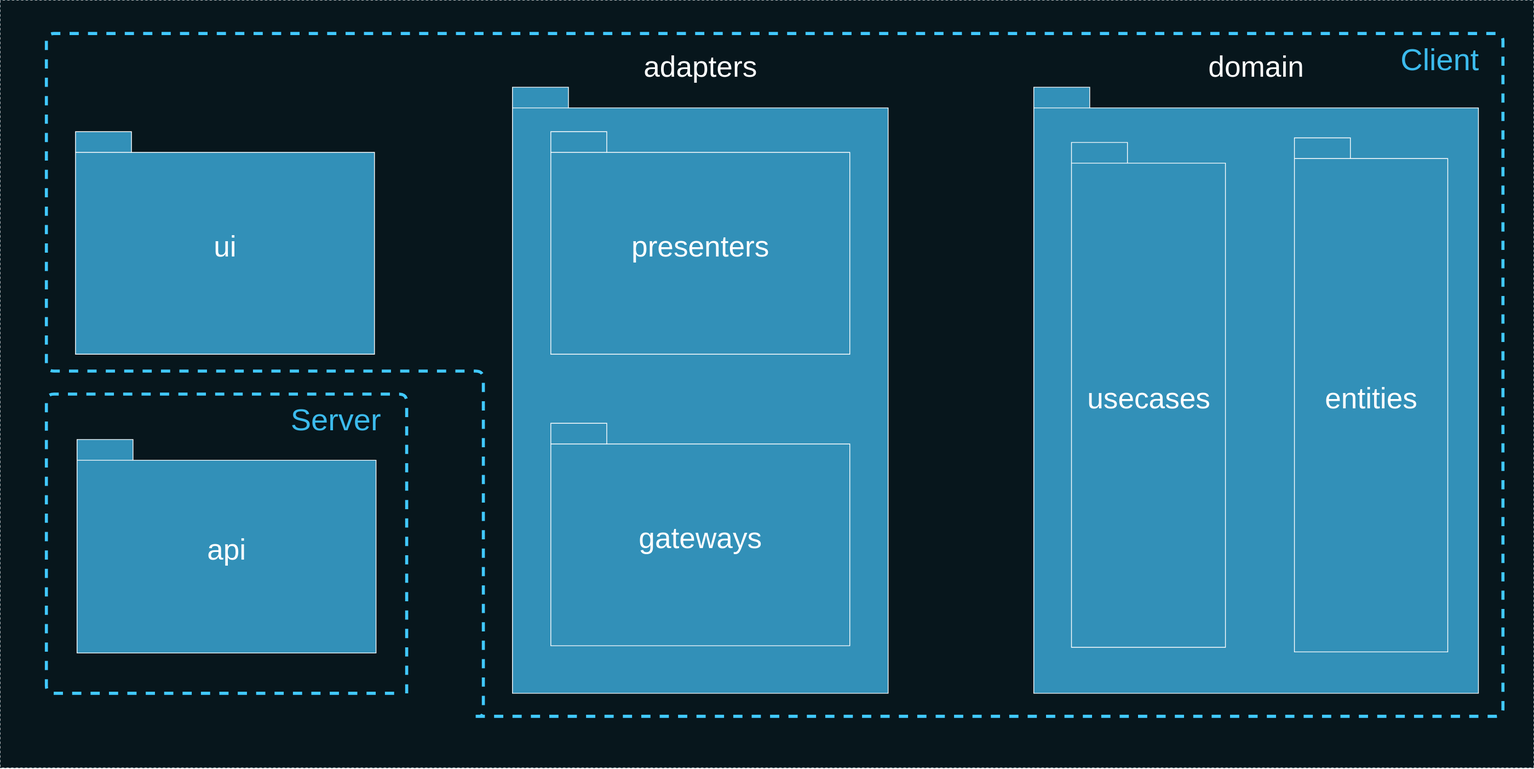
Above: deck/ru/diagrams/packages.svg in AlexanderLapygin/ca-react-rest-api-starter (draw.io), before the change. Source tidied: cells renumbered, new cells last; positions are measured from the earlier drawing's top-left corner, leaving out a move shared by most shapes.
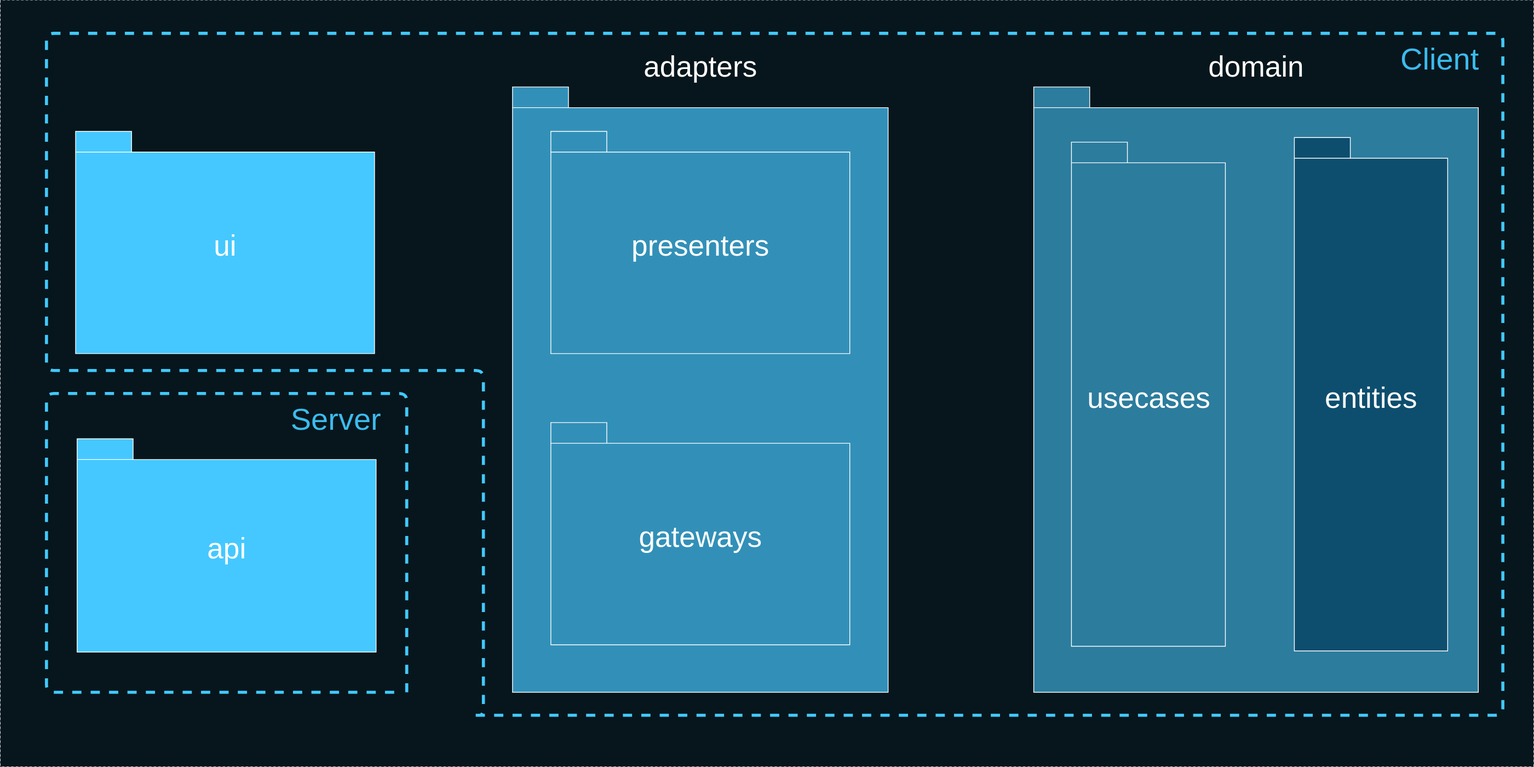
After the commit.

What changed in the source:
```diff
@@ -5,7 +5,7 @@
     <mxCell id="2" style="rounded=0;whiteSpace=wrap;html=1;fillColor=#07161C;fontSize=30;fontColor=#FFFFFF;strokeColor=#0C242E;dashed=1;" parent="1" vertex="1">
       <mxGeometry y="-0.1" width="2000" height="1000" as="geometry" />
     </mxCell>
-    <mxCell id="3" value="&lt;font color=&quot;#ffffff&quot; style=&quot;font-size: 38px&quot;&gt;ui&lt;/font&gt;" style="shape=folder;fontStyle=0;spacingTop=10;tabWidth=73;tabHeight=27;tabPosition=left;html=1;strokeColor=#FFFFFF;fillColor=#3290B8;" parent="1" vertex="1">
+    <mxCell id="3" value="&lt;font color=&quot;#ffffff&quot; style=&quot;font-size: 38px&quot;&gt;ui&lt;/font&gt;" style="shape=folder;fontStyle=0;spacingTop=10;tabWidth=73;tabHeight=27;tabPosition=left;html=1;strokeColor=#FFFFFF;fillColor=#45C8FF;" parent="1" vertex="1">
       <mxGeometry x="98" y="171" width="390" height="290" as="geometry" />
     </mxCell>
     <mxCell id="4" style="group;" parent="1" vertex="1">
@@ -23,13 +23,13 @@
     <mxCell id="8" style="group;" parent="1" vertex="1">
       <mxGeometry x="1348" y="113" width="580" height="790" as="geometry" />
     </mxCell>
-    <mxCell id="9" value="&lt;font color=&quot;#ffffff&quot; style=&quot;font-size: 38px&quot;&gt;domain&lt;/font&gt;" style="shape=folder;fontStyle=0;spacingTop=10;tabWidth=73;tabHeight=27;tabPosition=left;html=1;strokeColor=#FFFFFF;fillColor=#3290B8;labelPosition=center;verticalLabelPosition=top;align=center;verticalAlign=bottom;" parent="8" vertex="1">
+    <mxCell id="9" value="&lt;font color=&quot;#ffffff&quot; style=&quot;font-size: 38px&quot;&gt;domain&lt;/font&gt;" style="shape=folder;fontStyle=0;spacingTop=10;tabWidth=73;tabHeight=27;tabPosition=left;html=1;strokeColor=#FFFFFF;fillColor=#2C7C9E;labelPosition=center;verticalLabelPosition=top;align=center;verticalAlign=bottom;" parent="8" vertex="1">
       <mxGeometry width="580" height="790" as="geometry" />
     </mxCell>
-    <mxCell id="10" value="&lt;font color=&quot;#ffffff&quot; style=&quot;font-size: 38px&quot;&gt;entities&lt;/font&gt;" style="shape=folder;fontStyle=0;spacingTop=10;tabWidth=73;tabHeight=27;tabPosition=left;html=1;strokeColor=#FFFFFF;fillColor=#3290B8;" parent="8" vertex="1">
+    <mxCell id="10" value="&lt;font color=&quot;#ffffff&quot; style=&quot;font-size: 38px&quot;&gt;entities&lt;/font&gt;" style="shape=folder;fontStyle=0;spacingTop=10;tabWidth=73;tabHeight=27;tabPosition=left;html=1;strokeColor=#FFFFFF;fillColor=#0D4E6E;" parent="8" vertex="1">
       <mxGeometry x="340" y="66" width="200" height="670" as="geometry" />
     </mxCell>
-    <mxCell id="11" value="&lt;font color=&quot;#ffffff&quot; style=&quot;font-size: 38px&quot;&gt;usecases&lt;/font&gt;" style="shape=folder;fontStyle=0;spacingTop=10;tabWidth=73;tabHeight=27;tabPosition=left;html=1;strokeColor=#FFFFFF;fillColor=#3290B8;" parent="8" vertex="1">
+    <mxCell id="11" value="&lt;font color=&quot;#ffffff&quot; style=&quot;font-size: 38px&quot;&gt;usecases&lt;/font&gt;" style="shape=folder;fontStyle=0;spacingTop=10;tabWidth=73;tabHeight=27;tabPosition=left;html=1;strokeColor=#FFFFFF;fillColor=#2C7C9E;" parent="8" vertex="1">
       <mxGeometry x="49.2" y="72" width="200.8" height="658" as="geometry" />
     </mxCell>
     <mxCell id="12" style="group;" parent="1" vertex="1">
@@ -58,7 +58,7 @@
     <mxCell id="16" style="group;" parent="1" vertex="1">
       <mxGeometry x="60" y="513" width="484" height="390" as="geometry" />
     </mxCell>
-    <mxCell id="17" value="&lt;font color=&quot;#ffffff&quot; style=&quot;font-size: 38px;&quot;&gt;api&lt;/font&gt;" style="shape=folder;fontStyle=0;spacingTop=10;tabWidth=73;tabHeight=27;tabPosition=left;html=1;strokeColor=#FFFFFF;fillColor=#3290B8;" parent="16" vertex="1">
+    <mxCell id="17" value="&lt;font color=&quot;#ffffff&quot; style=&quot;font-size: 38px;&quot;&gt;api&lt;/font&gt;" style="shape=folder;fontStyle=0;spacingTop=10;tabWidth=73;tabHeight=27;tabPosition=left;html=1;strokeColor=#FFFFFF;fillColor=#45C8FF;" parent="16" vertex="1">
       <mxGeometry x="40" y="59.2" width="390" height="278.2" as="geometry" />
     </mxCell>
     <mxCell id="18" style="group;" parent="16" vertex="1">
```
